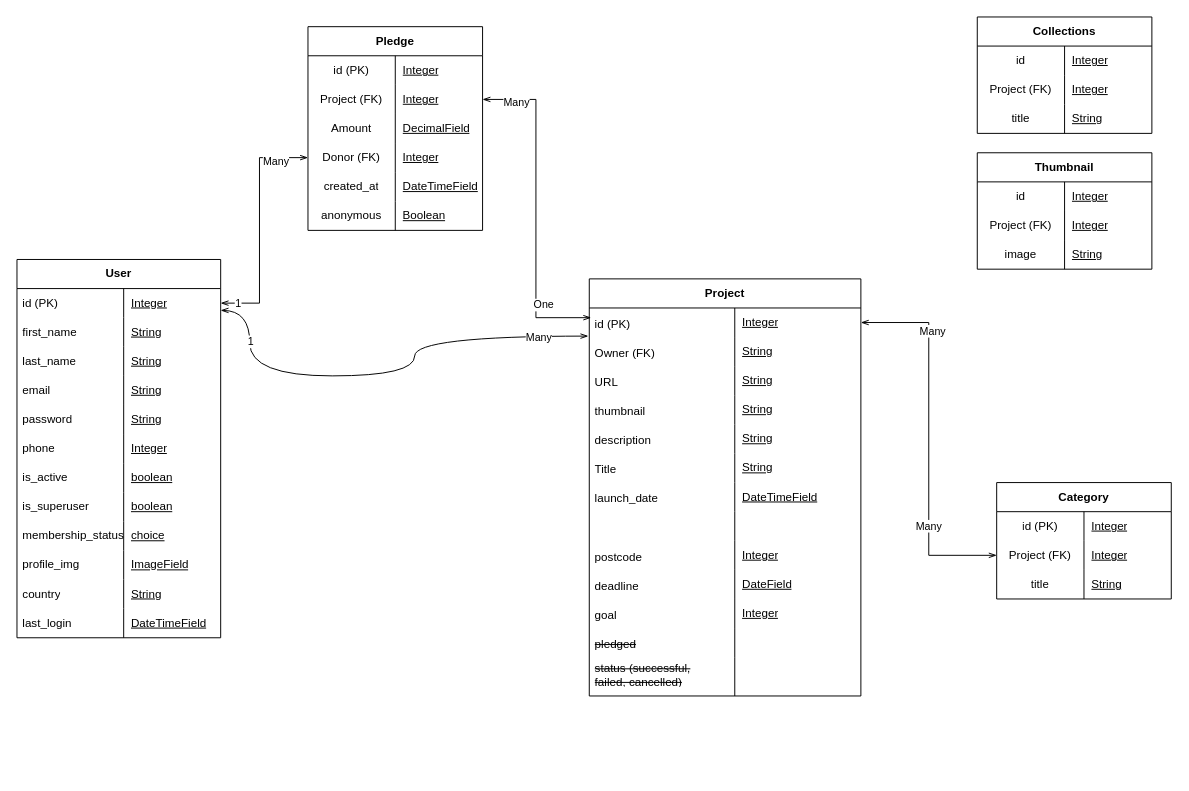
Earlier version of the draw.io diagram CrowdHarbour.drawio (blakerach1/crowdfunding_back_end). Source tidied: cells renumbered, new cells numbered last; positions are measured from the earlier drawing's top-left corner, leaving out a move shared by most shapes. Both pictures are drawn from the tidied source at 97%, with x=0, y=0 at pixel (16, 16).
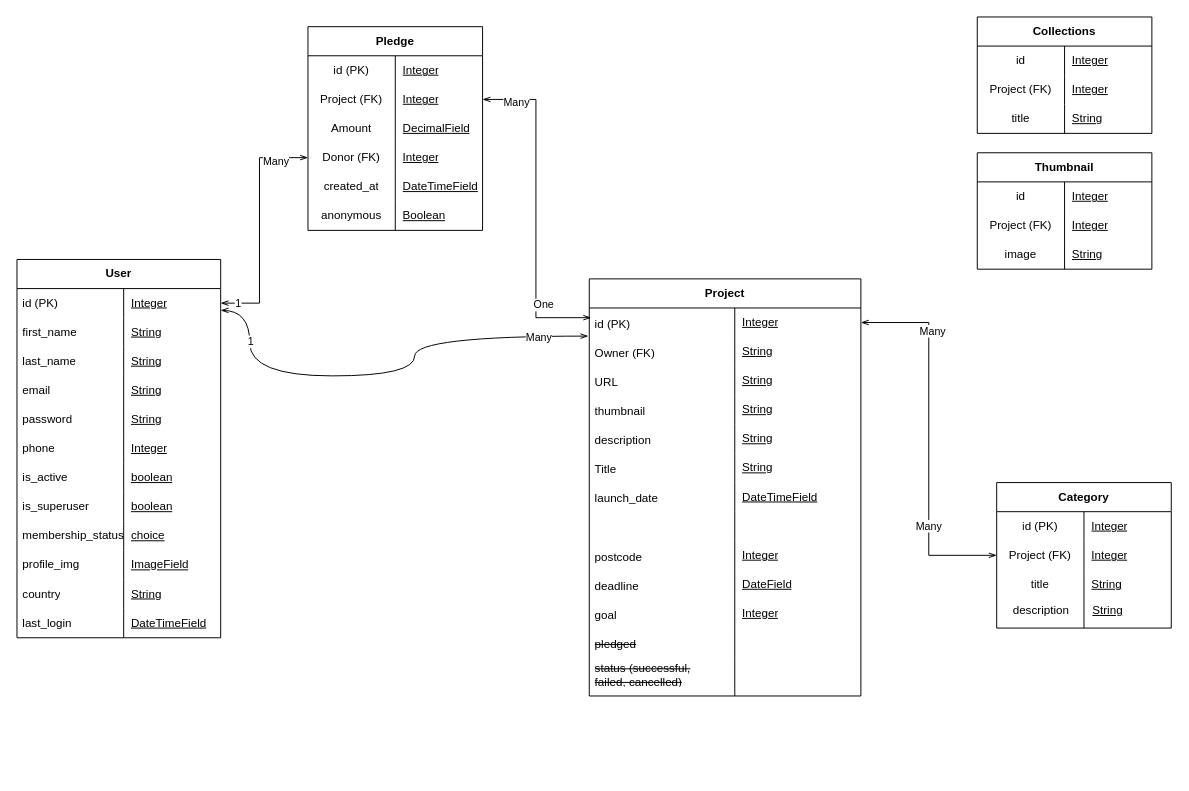
After the change.

What changed in the source:
```diff
@@
     <mxCell id="124" value="Category" style="shape=table;startSize=30;childLayout=tableLayout;rowLines=0;fontStyle=1;align=center;html=1;whiteSpace=wrap;strokeColor=default;verticalAlign=middle;fontFamily=Helvetica;fontSize=12;fontColor=default;fillColor=default;" parent="1" vertex="1">
-      <mxGeometry x="1010" y="480" width="180" height="120" as="geometry" />
+      <mxGeometry x="1010" y="480" width="180" height="150" as="geometry" />
     </mxCell>
@@
+    <mxCell id="166" style="shape=tableRow;horizontal=0;startSize=0;swimlaneHead=0;swimlaneBody=0;fillColor=none;top=0;left=0;right=0;bottom=0;html=1;strokeColor=default;align=center;verticalAlign=middle;fontFamily=Helvetica;fontSize=12;fontColor=default;" parent="124" vertex="1">
+      <mxGeometry y="120" width="180" height="30" as="geometry" />
+    </mxCell>
+    <mxCell id="167" style="shape=partialRectangle;fillColor=none;top=0;left=0;bottom=0;right=0;fontStyle=1;overflow=hidden;html=1;whiteSpace=wrap;strokeColor=default;align=center;verticalAlign=middle;fontFamily=Helvetica;fontSize=12;fontColor=default;startSize=30;" parent="166" vertex="1">
+      <mxGeometry width="90" height="30" as="geometry" />
+    </mxCell>
+    <mxCell id="168" style="shape=partialRectangle;fillColor=none;top=0;left=0;bottom=0;right=0;align=left;spacingLeft=6;fontStyle=4;overflow=hidden;html=1;whiteSpace=wrap;strokeColor=default;verticalAlign=middle;fontFamily=Helvetica;fontSize=12;fontColor=default;startSize=30;" parent="166" vertex="1">
+      <mxGeometry x="90" width="90" height="30" as="geometry" />
+    </mxCell>
@@
+    <mxCell id="169" value="&lt;span style=&quot;font-weight: 400;&quot;&gt;description&lt;/span&gt;" style="shape=partialRectangle;fillColor=none;top=0;left=0;bottom=0;right=0;fontStyle=1;overflow=hidden;html=1;whiteSpace=wrap;strokeColor=default;align=center;verticalAlign=middle;fontFamily=Helvetica;fontSize=12;fontColor=default;startSize=30;" parent="1" vertex="1">
+      <mxGeometry x="1011" y="597" width="90" height="30" as="geometry" />
+    </mxCell>
+    <mxCell id="170" value="String" style="shape=partialRectangle;fillColor=none;top=0;left=0;bottom=0;right=0;align=left;spacingLeft=6;fontStyle=4;overflow=hidden;html=1;whiteSpace=wrap;strokeColor=default;verticalAlign=middle;fontFamily=Helvetica;fontSize=12;fontColor=default;startSize=30;" parent="1" vertex="1">
+      <mxGeometry x="1101" y="597" width="90" height="30" as="geometry" />
+    </mxCell>
```
